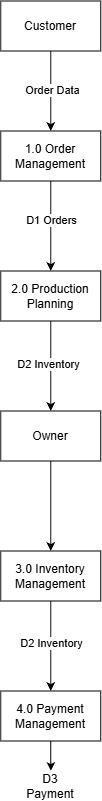
Earlier version of the draw.io export assets/diagrams/Architecture/Data Flow Diagram Lvl 1.png (SyailendraWicaksono/erp-inventory-system). Source tidied: cells renumbered, new cells last; positions are measured from the earlier drawing's top-left corner, leaving out a move shared by most shapes.
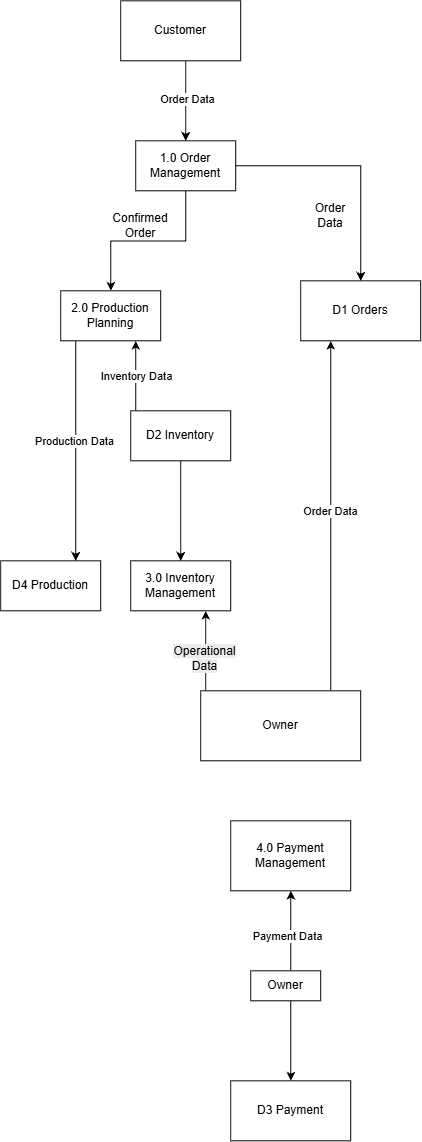
The same diagram one commit later.

The edit, as a diff of the source:
```diff
@@ -2,56 +2,126 @@
   <root>
     <mxCell id="0" />
     <mxCell id="1" parent="0" />
-    <mxCell id="2" style="edgeStyle=orthogonalEdgeStyle;rounded=0;jettySize=auto;html=1;" parent="1" edge="1" source="3" target="9">
-      <mxGeometry relative="1" as="geometry" />
-    </mxCell>
-    <mxCell id="3" value="Owner" style="html=1;dashed=0;whiteSpace=wrap;" parent="1" vertex="1">
-      <mxGeometry y="410" width="100" height="50" as="geometry" />
-    </mxCell>
-    <mxCell id="4" style="edgeStyle=orthogonalEdgeStyle;rounded=0;jettySize=auto;html=1;" parent="1" edge="1" source="6" target="3">
-      <mxGeometry relative="1" as="geometry" />
-    </mxCell>
-    <mxCell id="5" value="D2 Inventory" style="edgeLabel;html=1;align=center;verticalAlign=middle;" parent="4" vertex="1">
-      <mxGeometry x="-0.06" y="-3" relative="1" as="geometry" />
-    </mxCell>
+    <mxCell id="19" style="edgeStyle=orthogonalEdgeStyle;rounded=0;jettySize=auto;html=1;entryX=0.75;entryY=0;entryDx=0;entryDy=0;" parent="1" edge="1" source="6" target="28">
+      <mxGeometry relative="1" as="geometry">
+        <Array as="points">
+          <mxPoint x="-75" y="340" />
+          <mxPoint x="-75" y="340" />
+        </Array>
+      </mxGeometry>
+    </mxCell>
+    <mxCell id="20" value="Production Data" style="edgeLabel;html=1;align=center;verticalAlign=middle;" parent="19" vertex="1">
+      <mxGeometry x="-0.09" y="-2" relative="1" as="geometry" />
+    </mxCell>
     <mxCell id="6" value="2.0 Production Planning" style="html=1;dashed=0;whiteSpace=wrap;" parent="1" vertex="1">
-      <mxGeometry y="270" width="100" height="50" as="geometry" />
+      <mxGeometry x="-90" y="230" width="100" height="50" as="geometry" />
     </mxCell>
-    <mxCell id="7" style="edgeStyle=orthogonalEdgeStyle;rounded=0;jettySize=auto;html=1;" parent="1" edge="1" source="9" target="11">
-      <mxGeometry relative="1" as="geometry" />
-    </mxCell>
-    <mxCell id="8" value="D2 Inventory" style="edgeLabel;html=1;align=center;verticalAlign=middle;" parent="7" vertex="1">
-      <mxGeometry x="-0.09" relative="1" as="geometry" />
-    </mxCell>
     <mxCell id="9" value="3.0 Inventory Management" style="html=1;dashed=0;whiteSpace=wrap;" parent="1" vertex="1">
-      <mxGeometry y="550" width="100" height="50" as="geometry" />
+      <mxGeometry x="-20" y="500" width="100" height="50" as="geometry" />
     </mxCell>
-    <mxCell id="10" style="edgeStyle=orthogonalEdgeStyle;rounded=0;jettySize=auto;html=1;" parent="1" edge="1" source="11" target="18">
-      <mxGeometry relative="1" as="geometry" />
-    </mxCell>
     <mxCell id="11" value="4.0 Payment Management" style="html=1;dashed=0;whiteSpace=wrap;" parent="1" vertex="1">
-      <mxGeometry y="690" width="100" height="50" as="geometry" />
+      <mxGeometry x="80" y="760" width="120" height="70" as="geometry" />
     </mxCell>
     <mxCell id="12" style="edgeStyle=orthogonalEdgeStyle;rounded=0;jettySize=auto;html=1;" parent="1" edge="1" source="14" target="6">
       <mxGeometry relative="1" as="geometry" />
     </mxCell>
-    <mxCell id="13" value="D1 Orders" style="edgeLabel;html=1;align=center;verticalAlign=middle;points=[];" parent="12" vertex="1">
-      <mxGeometry x="-0.15" relative="1" as="geometry" />
-    </mxCell>
+    <mxCell id="21" style="edgeStyle=orthogonalEdgeStyle;rounded=0;jettySize=auto;html=1;entryX=0.5;entryY=0;entryDx=0;entryDy=0;" parent="1" edge="1" source="14" target="13">
+      <mxGeometry relative="1" as="geometry" />
+    </mxCell>
     <mxCell id="14" value="1.0 Order Management" style="html=1;dashed=0;whiteSpace=wrap;" parent="1" vertex="1">
-      <mxGeometry y="130" width="100" height="50" as="geometry" />
+      <mxGeometry x="-15" y="80" width="100" height="50" as="geometry" />
     </mxCell>
-    <mxCell id="15" style="edgeStyle=orthogonalEdgeStyle;rounded=0;jettySize=auto;html=1;" parent="1" edge="1" source="17" target="14">
-      <mxGeometry relative="1" as="geometry" />
+    <mxCell id="15" style="edgeStyle=orthogonalEdgeStyle;rounded=0;jettySize=auto;html=1;" parent="1" edge="1" target="14">
+      <mxGeometry relative="1" as="geometry">
+        <mxPoint x="35" as="sourcePoint" />
+      </mxGeometry>
     </mxCell>
     <mxCell id="16" value="Order Data" style="edgeLabel;html=1;align=center;verticalAlign=middle;" parent="15" vertex="1">
       <mxGeometry x="-0.03" y="1" relative="1" as="geometry" />
     </mxCell>
+    <mxCell id="22" value="Confirmed Order" style="text;html=1;whiteSpace=wrap;strokeColor=none;fillColor=none;align=center;verticalAlign=middle;rounded=0;" parent="1" vertex="1">
+      <mxGeometry x="-40" y="150" width="60" height="30" as="geometry" />
+    </mxCell>
-    <mxCell id="17" value="Customer" style="html=1;dashed=0;whiteSpace=wrap;" parent="1" vertex="1">
-      <mxGeometry width="100" height="50" as="geometry" />
+    <mxCell id="17" value="Customer" style="rounded=0;whiteSpace=wrap;html=1;" parent="1" vertex="1">
+      <mxGeometry x="-30" y="-60" width="120" height="60" as="geometry" />
     </mxCell>
+    <mxCell id="13" value="D1 Orders" style="rounded=0;whiteSpace=wrap;html=1;" parent="1" vertex="1">
+      <mxGeometry x="150" y="220" width="120" height="60" as="geometry" />
+    </mxCell>
+    <mxCell id="23" value="Order Data" style="text;html=1;whiteSpace=wrap;strokeColor=none;fillColor=none;align=center;verticalAlign=middle;rounded=0;" parent="1" vertex="1">
+      <mxGeometry x="150" y="140" width="60" height="30" as="geometry" />
+    </mxCell>
+    <mxCell id="24" style="edgeStyle=orthogonalEdgeStyle;rounded=0;jettySize=auto;html=1;entryX=0.75;entryY=1;entryDx=0;entryDy=0;" parent="1" edge="1" source="27" target="6">
+      <mxGeometry relative="1" as="geometry">
+        <Array as="points">
+          <mxPoint x="-15" y="340" />
+          <mxPoint x="-15" y="340" />
+        </Array>
+      </mxGeometry>
+    </mxCell>
+    <mxCell id="25" value="Inventory Data" style="edgeLabel;html=1;align=center;verticalAlign=middle;" parent="24" vertex="1">
+      <mxGeometry relative="1" as="geometry" />
+    </mxCell>
+    <mxCell id="26" style="edgeStyle=orthogonalEdgeStyle;rounded=0;jettySize=auto;html=1;" parent="1" edge="1" source="27" target="9">
+      <mxGeometry relative="1" as="geometry" />
+    </mxCell>
+    <mxCell id="27" value="D2 Inventory" style="html=1;dashed=0;whiteSpace=wrap;" parent="1" vertex="1">
+      <mxGeometry x="-20" y="350" width="100" height="50" as="geometry" />
+    </mxCell>
+    <mxCell id="28" value="D4 Production" style="html=1;dashed=0;whiteSpace=wrap;" parent="1" vertex="1">
+      <mxGeometry x="-150" y="500" width="100" height="50" as="geometry" />
+    </mxCell>
+    <mxCell id="29" style="edgeStyle=orthogonalEdgeStyle;rounded=0;jettySize=auto;html=1;entryX=0.75;entryY=1;entryDx=0;entryDy=0;" parent="1" edge="1" source="33" target="9">
+      <mxGeometry relative="1" as="geometry">
+        <Array as="points">
+          <mxPoint x="55" y="630" />
+          <mxPoint x="55" y="630" />
+        </Array>
+      </mxGeometry>
+    </mxCell>
+    <mxCell id="30" value="&lt;span style=&quot;font-size: 12px; white-space: normal; background-color: rgb(236, 236, 236);&quot;&gt;Operational Data&lt;/span&gt;" style="edgeLabel;html=1;align=center;verticalAlign=middle;" parent="29" vertex="1">
+      <mxGeometry x="-0.19" y="2" relative="1" as="geometry" />
+    </mxCell>
+    <mxCell id="31" style="edgeStyle=orthogonalEdgeStyle;rounded=0;orthogonalLoop=1;jettySize=auto;html=1;entryX=0;entryY=1;entryDx=0;entryDy=0;" parent="1" edge="1">
+      <mxGeometry relative="1" as="geometry">
+        <mxPoint x="180.1" y="630" as="sourcePoint" />
+        <mxPoint x="180" y="280" as="targetPoint" />
+        <Array as="points">
+          <mxPoint x="180" y="520" />
+          <mxPoint x="180" y="520" />
+        </Array>
+      </mxGeometry>
+    </mxCell>
+    <mxCell id="32" value="Order Data" style="edgeLabel;html=1;align=center;verticalAlign=middle;" parent="31" vertex="1">
+      <mxGeometry x="0.03" y="1" relative="1" as="geometry" />
+    </mxCell>
+    <mxCell id="33" value="Owner" style="rounded=0;whiteSpace=wrap;html=1;" parent="1" vertex="1">
+      <mxGeometry x="50" y="630" width="160" height="70" as="geometry" />
+    </mxCell>
-    <mxCell id="18" value="D3 Payment" style="text;html=1;whiteSpace=wrap;strokeColor=none;fillColor=none;align=center;verticalAlign=middle;rounded=0;" parent="1" vertex="1">
-      <mxGeometry x="20" y="770" width="60" height="30" as="geometry" />
+    <mxCell id="18" value="D3 Payment" style="rounded=0;whiteSpace=wrap;html=1;" parent="1" vertex="1">
+      <mxGeometry x="80" y="1020" width="120" height="60" as="geometry" />
     </mxCell>
+    <mxCell id="34" style="edgeStyle=orthogonalEdgeStyle;rounded=0;jettySize=auto;html=1;" parent="1" edge="1" source="37" target="11">
+      <mxGeometry relative="1" as="geometry">
+        <Array as="points">
+          <mxPoint x="140.1" y="890" />
+          <mxPoint x="140.1" y="890" />
+        </Array>
+      </mxGeometry>
+    </mxCell>
+    <mxCell id="35" value="Payment Data" style="edgeLabel;html=1;align=center;verticalAlign=middle;" parent="34" vertex="1">
+      <mxGeometry x="-0.11" y="4" relative="1" as="geometry" />
+    </mxCell>
+    <mxCell id="36" style="edgeStyle=orthogonalEdgeStyle;rounded=0;jettySize=auto;html=1;" parent="1" edge="1" source="37" target="18">
+      <mxGeometry relative="1" as="geometry">
+        <Array as="points">
+          <mxPoint x="140.1" y="960" />
+          <mxPoint x="140.1" y="960" />
+        </Array>
+      </mxGeometry>
+    </mxCell>
+    <mxCell id="37" value="Owner" style="rounded=0;whiteSpace=wrap;html=1;" parent="1" vertex="1">
+      <mxGeometry x="100" y="910" width="70" height="30" as="geometry" />
+    </mxCell>
   </root>
 </mxGraphModel>
```
